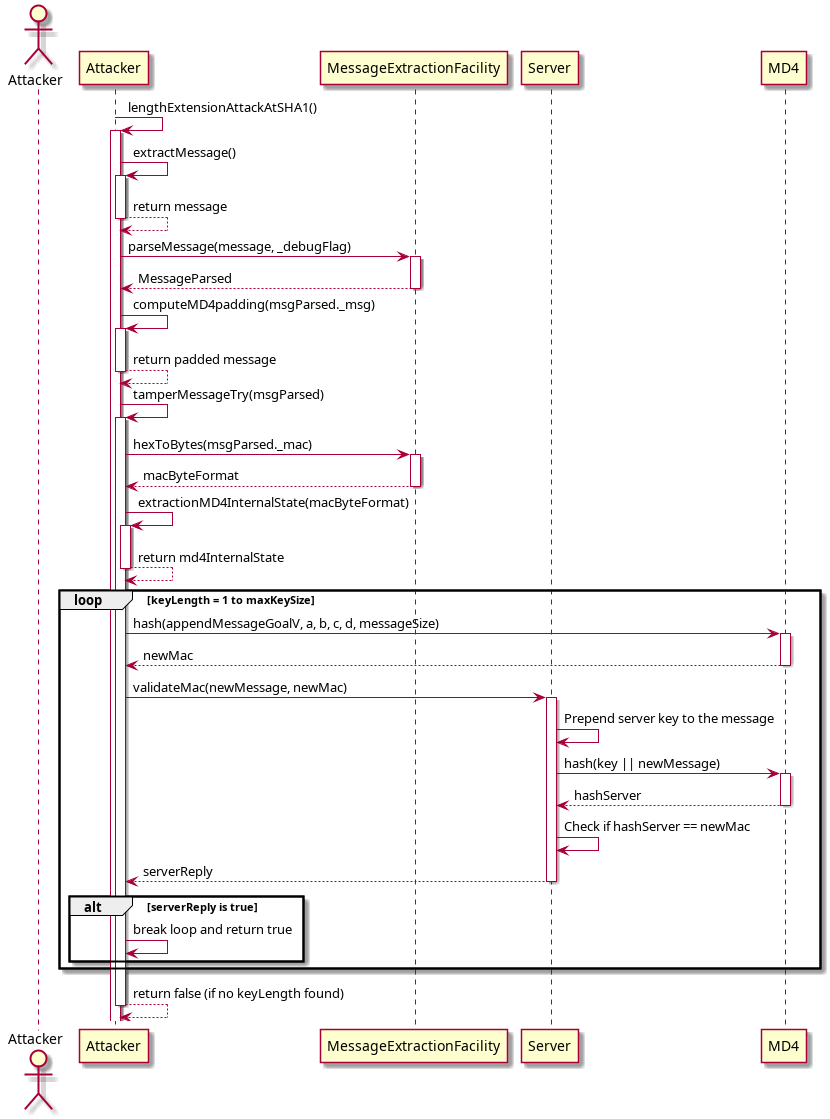
Earlier version of the PlantUML export Cryptopals_resolutions/4-Set_4/cryptopals_set_4_problem_30/uml_diagrams/sequence_diagram.png (Photon-einstein/Cryptopals). Its source is kept beside it as Cryptopals_resolutions/4-Set_4/cryptopals_set_4_problem_30/uml_diagrams/sequence_diagram.puml.
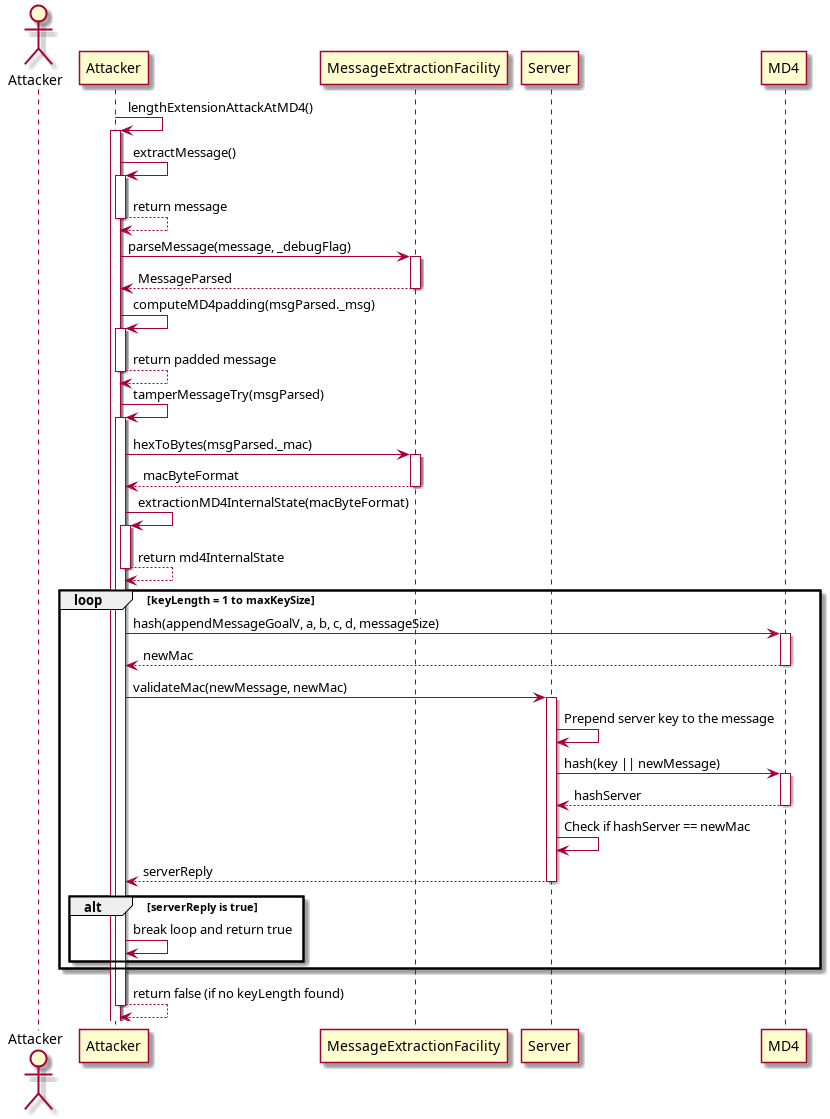
The same diagram one commit later.

Commit message:
Fix bug in sequence diagram

The edit, as a diff of the source:
```diff
@@ -7,7 +7,7 @@
 participant "Server" as S
 participant "MD4" as MD4
 
-A -> A : lengthExtensionAttackAtSHA1()
+A -> A : lengthExtensionAttackAtMD4()
 activate A
 
 A -> A : extractMessage()
```
